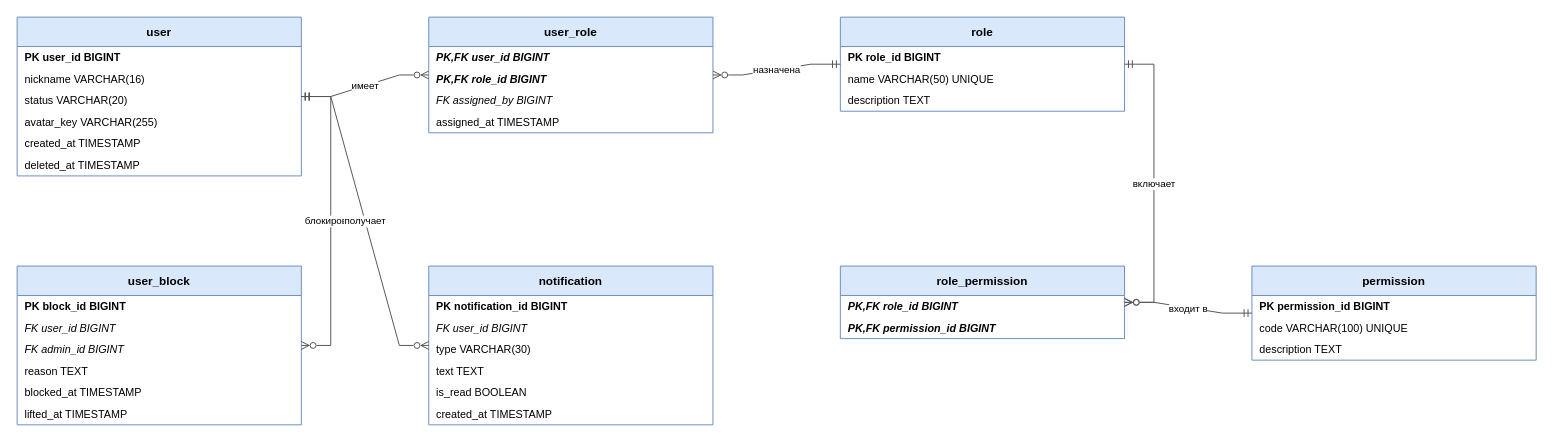
Above: page "1. Модуль управления пользователями" (1 of 7) of documentation/mineberries-db.drawio in AstroSoup/mineberries (draw.io), before the change. Source tidied: cells renumbered, new cells numbered last; positions are measured from the earlier drawing's top-left corner, leaving out a move shared by most shapes. Both pictures are drawn from the tidied source at 98%, with x=0, y=0 at pixel (17, 17).
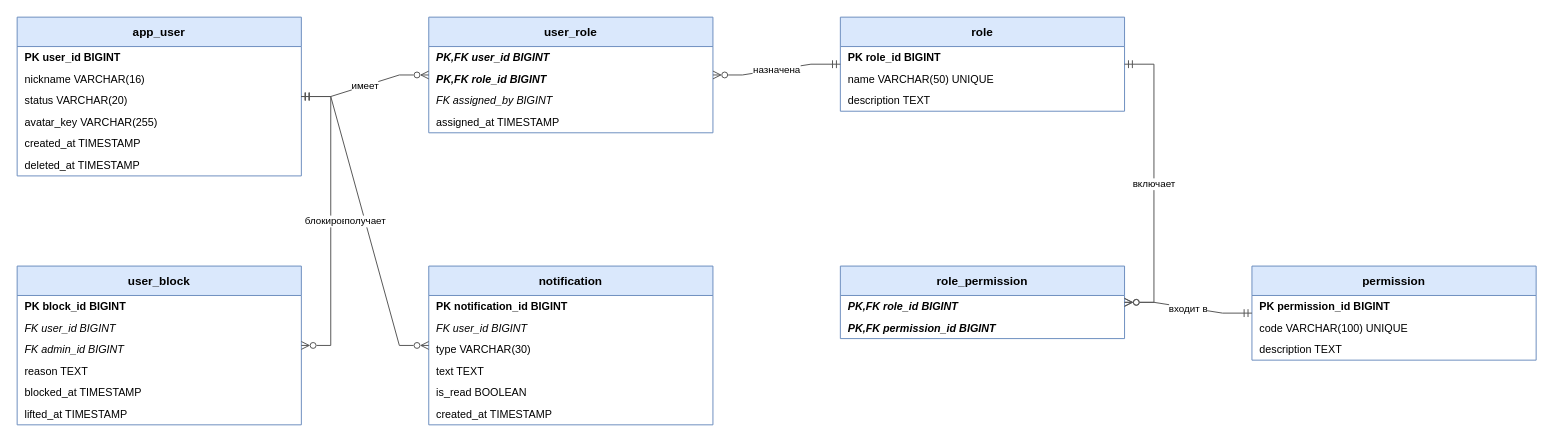
Above is the later version.

What changed in the source:
```diff
@@
-    <mxCell id="2" value="user" style="swimlane;fontStyle=1;horizontal=1;startSize=30;fillColor=#dae8fc;strokeColor=#6c8ebf;" parent="1" vertex="1">
+    <mxCell id="2" value="app_user" style="swimlane;fontStyle=1;horizontal=1;startSize=30;fillColor=#dae8fc;strokeColor=#6c8ebf;" parent="1" vertex="1">
       <mxGeometry width="290" height="162" as="geometry" />
     </mxCell>
```
